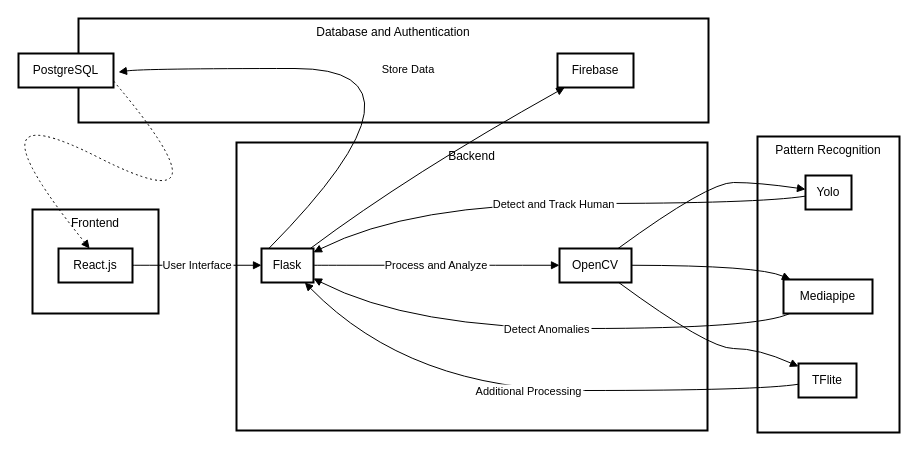
Above: Untitled Diagram.drawio in Aakashdeep-Srivastava/SIH-23 (draw.io), before the change. Source tidied: cells renumbered, new cells numbered last; positions are measured from the earlier drawing's top-left corner, leaving out a move shared by most shapes. Both pictures are drawn from the tidied source at 100%, with x=0, y=0 at pixel (-42, 18).
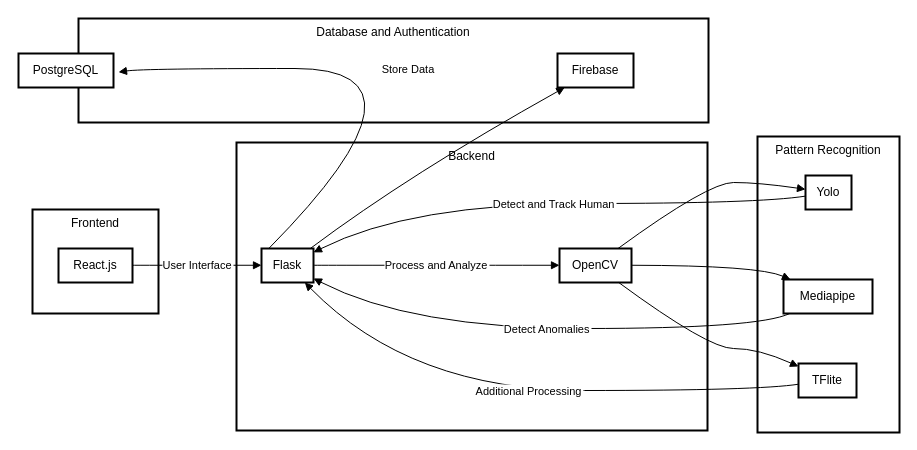
Above is the later version.

Unchanged cells that the change refers to:
```xml
<mxCell id="3" value="PostgreSQL" style="whiteSpace=wrap;strokeWidth=2;" parent="1" vertex="1">
  <mxGeometry x="60" y="35" width="95" height="34" as="geometry" />
</mxCell>
<mxCell id="13" value="React.js" style="whiteSpace=wrap;strokeWidth=2;" parent="1" vertex="1">
  <mxGeometry x="100" y="230" width="74" height="34" as="geometry" />
</mxCell>
```

What changed in the source:
```diff
@@
-    <mxCell id="24" style="curved=1;dashed=1;dashPattern=2 3;startArrow=none;endArrow=block;exitX=1.000657894736842;exitY=0.8083863446283296;entryX=0.41959031255906265;entryY=-0.007352941176470588;rounded=0;" parent="1" edge="1" source="3" target="13">
-      <mxGeometry relative="1" as="geometry">
-        <Array as="points">
-          <mxPoint x="280" y="210" />
-          <mxPoint y="68" />
-        </Array>
-      </mxGeometry>
-    </mxCell>
```
